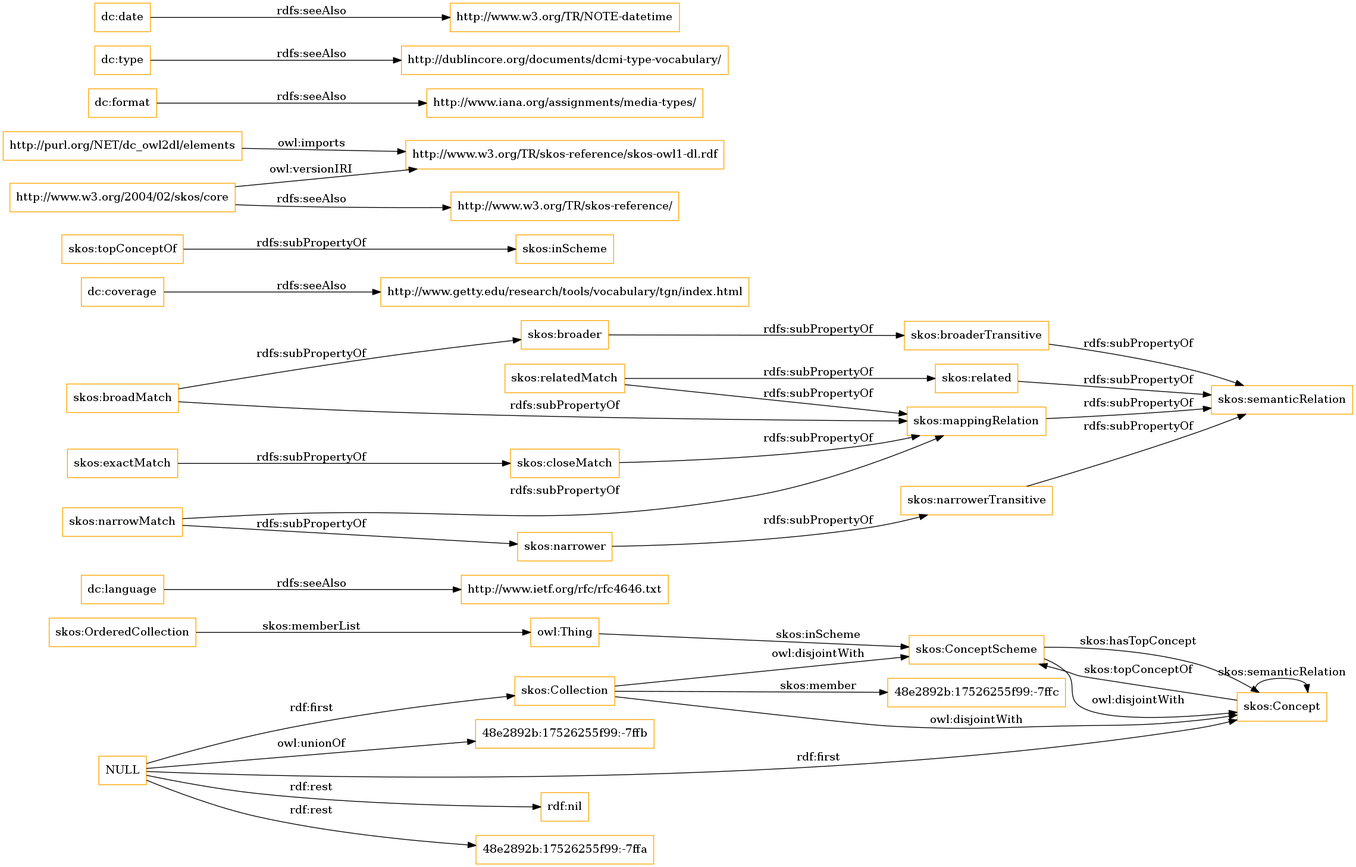
This is OnToology/imports/elements.owl/diagrams/ar2dtool-class/elements.owl.png from OnToologyUser/core-ontology-1, a Graphviz export, as it was before one commit. Its source is kept beside it as OnToology/imports/elements.owl/diagrams/ar2dtool-class/elements.owl.png.dot.
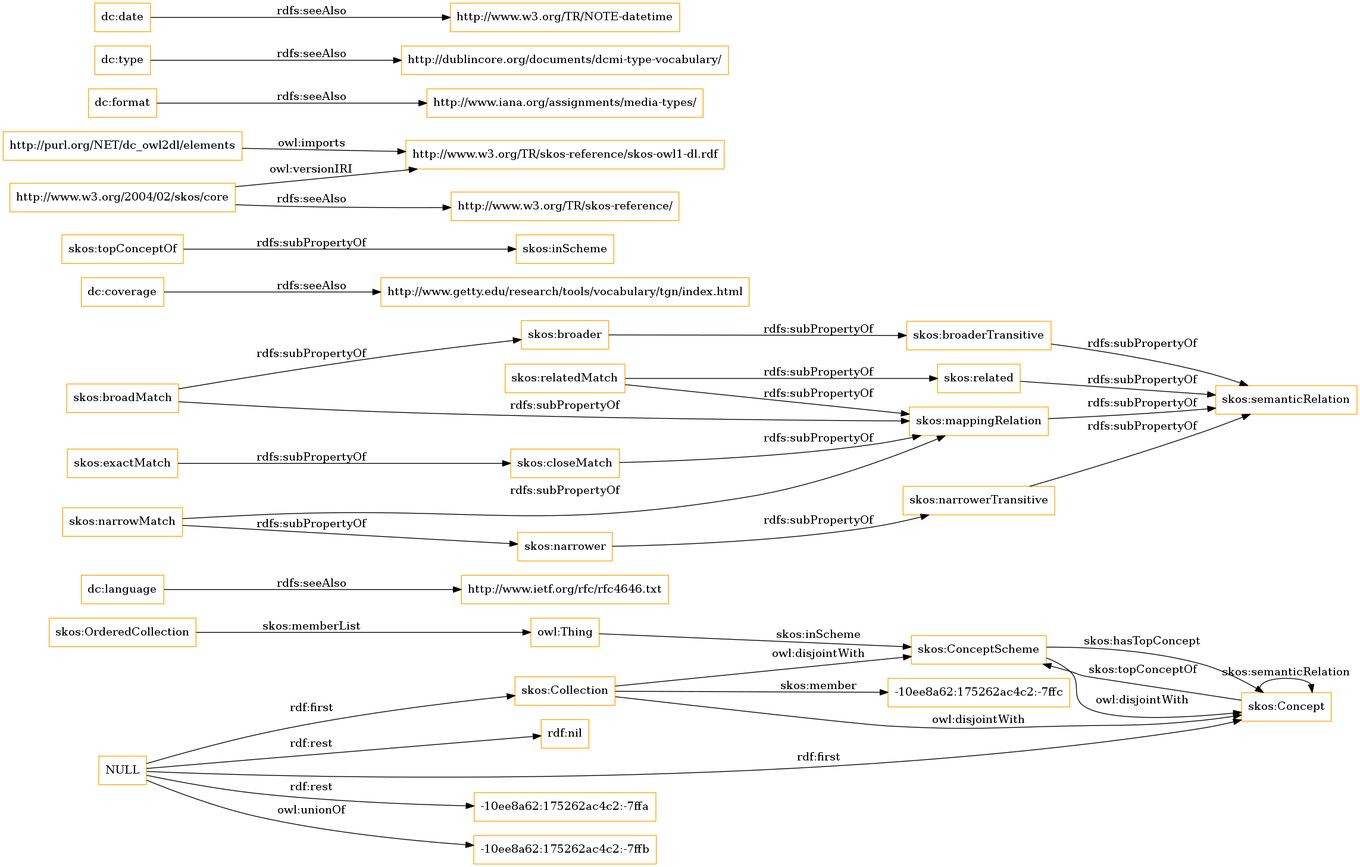
The same file after the commit.

Change to the diagram source:
```diff
@@ -1,13 +1,13 @@
 digraph ar2dtool_diagram {
 rankdir=LR;
 size="1501"
-node [shape = rectangle, color="orange"]; "48e2892b:17526255f99:-7ffc" "skos:OrderedCollection" "skos:Collection" "skos:ConceptScheme" "skos:Concept" ; /*classes style*/
+node [shape = rectangle, color="orange"]; "-10ee8a62:175262ac4c2:-7ffc" "skos:OrderedCollection" "skos:Collection" "skos:ConceptScheme" "skos:Concept" ; /*classes style*/
 	"dc:language" -> "http://www.ietf.org/rfc/rfc4646.txt" [ label = "rdfs:seeAlso" ];
+	"NULL" -> "-10ee8a62:175262ac4c2:-7ffa" [ label = "rdf:rest" ];
+	"NULL" -> "skos:Concept" [ label = "rdf:first" ];
+	"NULL" -> "-10ee8a62:175262ac4c2:-7ffb" [ label = "owl:unionOf" ];
 	"NULL" -> "rdf:nil" [ label = "rdf:rest" ];
 	"NULL" -> "skos:Collection" [ label = "rdf:first" ];
-	"NULL" -> "48e2892b:17526255f99:-7ffa" [ label = "rdf:rest" ];
-	"NULL" -> "skos:Concept" [ label = "rdf:first" ];
-	"NULL" -> "48e2892b:17526255f99:-7ffb" [ label = "owl:unionOf" ];
 	"skos:closeMatch" -> "skos:mappingRelation" [ label = "rdfs:subPropertyOf" ];
 	"dc:coverage" -> "http://www.getty.edu/research/tools/vocabulary/tgn/index.html" [ label = "rdfs:seeAlso" ];
 	"skos:relatedMatch" -> "skos:related" [ label = "rdfs:subPropertyOf" ];
@@ -36,7 +36,7 @@
 	"skos:OrderedCollection" -> "owl:Thing" [ label = "skos:memberList" ];
 	"skos:Concept" -> "skos:ConceptScheme" [ label = "skos:topConceptOf" ];
 	"skos:Concept" -> "skos:Concept" [ label = "skos:semanticRelation" ];
-	"skos:Collection" -> "48e2892b:17526255f99:-7ffc" [ label = "skos:member" ];
+	"skos:Collection" -> "-10ee8a62:175262ac4c2:-7ffc" [ label = "skos:member" ];
 	"skos:ConceptScheme" -> "skos:Concept" [ label = "skos:hasTopConcept" ];
 	"owl:Thing" -> "skos:ConceptScheme" [ label = "skos:inScheme" ];
 
```
